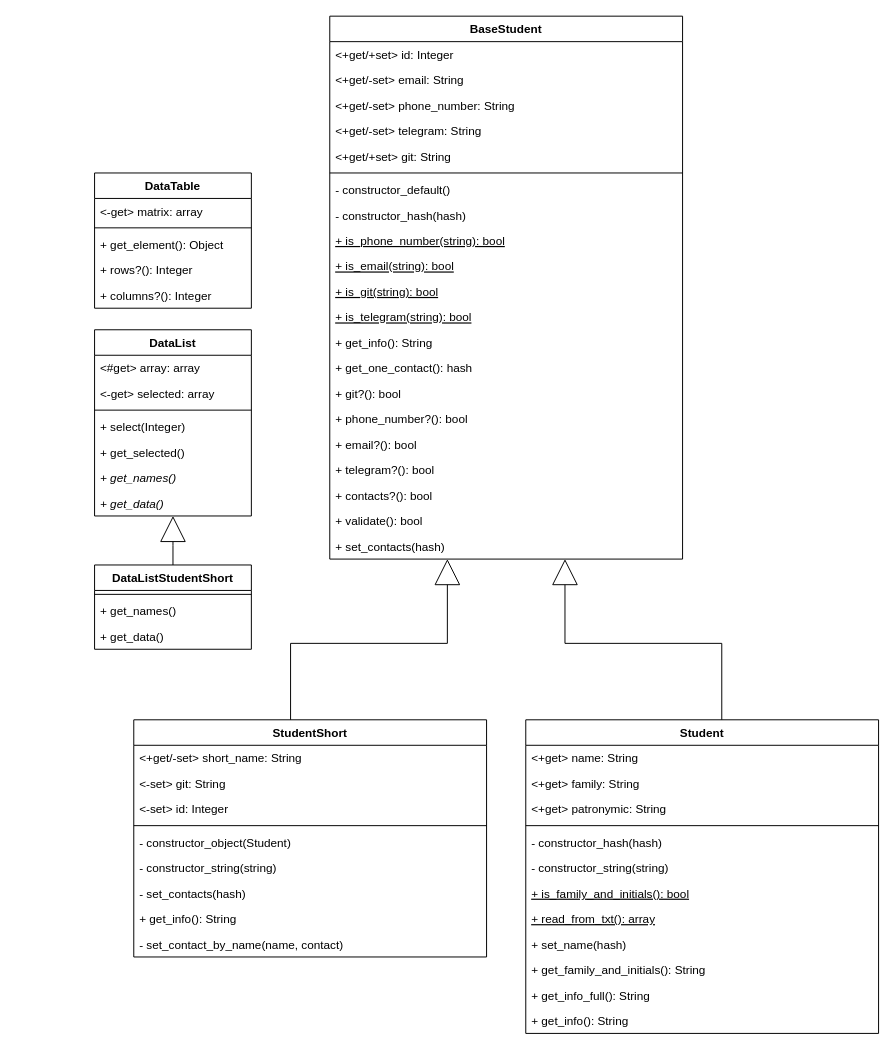
KirSaxhlil/PatternLabs keeps this draw.io diagram as lab2/docs/ClassDiagram.drawio. Above is the earlier version. Source tidied: cells renumbered, new cells numbered last; positions are measured from the earlier drawing's top-left corner, leaving out a move shared by most shapes. Both pictures are drawn from the tidied source at 98%, with x=0, y=0 at pixel (94, 16).
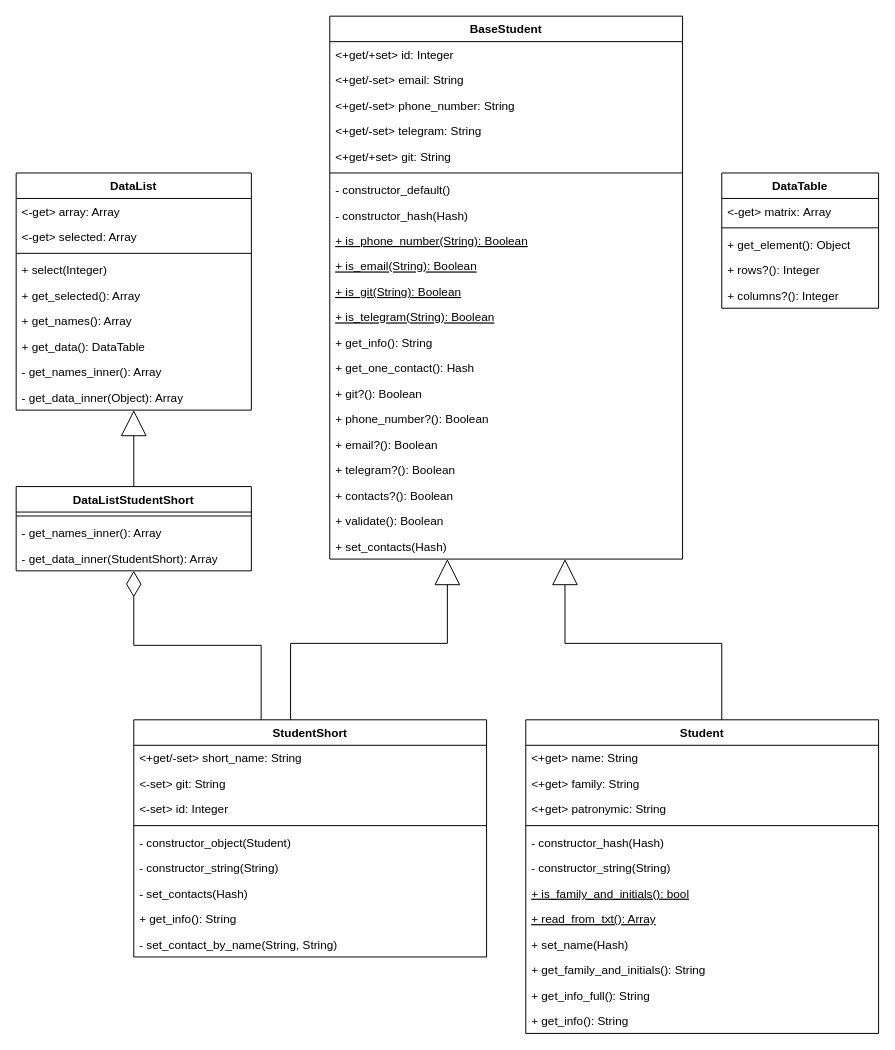
The same diagram, later.

Unchanged cells that the change refers to:
```xml
<mxCell id="2" value="Student" style="swimlane;fontStyle=1;align=center;verticalAlign=top;horizontal=1;startSize=26;fillColor=default;swimlaneFillColor=default;" parent="1" vertex="1">
  <mxGeometry x="440" y="718" width="360" height="320" as="geometry" />
</mxCell>
<mxCell id="15" value="BaseStudent" style="swimlane;fontStyle=1;align=center;verticalAlign=top;horizontal=1;startSize=26;fillColor=default;swimlaneFillColor=default;" parent="1" vertex="1">
  <mxGeometry x="240" width="360" height="554" as="geometry" />
</mxCell>
<mxCell id="38" value="StudentShort" style="swimlane;fontStyle=1;align=center;verticalAlign=top;horizontal=1;startSize=26;fillColor=default;swimlaneFillColor=default;" parent="1" vertex="1">
  <mxGeometry x="40" y="718" width="360" height="242" as="geometry" />
</mxCell>
```

Change to the diagram source:
```diff
@@
-    <mxCell id="7" value="- constructor_hash(hash)" style="text;strokeColor=none;fillColor=none;align=left;verticalAlign=top;spacingLeft=4;spacingRight=4;overflow=hidden;fontStyle=0;" parent="2" vertex="1">
+    <mxCell id="7" value="- constructor_hash(Hash)" style="text;strokeColor=none;fillColor=none;align=left;verticalAlign=top;spacingLeft=4;spacingRight=4;overflow=hidden;fontStyle=0;" parent="2" vertex="1">
       <mxGeometry y="112" width="360" height="26" as="geometry" />
     </mxCell>
-    <mxCell id="8" value="- constructor_string(string)" style="text;strokeColor=none;fillColor=none;align=left;verticalAlign=top;spacingLeft=4;spacingRight=4;overflow=hidden;fontStyle=0;" parent="2" vertex="1">
+    <mxCell id="8" value="- constructor_string(String)" style="text;strokeColor=none;fillColor=none;align=left;verticalAlign=top;spacingLeft=4;spacingRight=4;overflow=hidden;fontStyle=0;" parent="2" vertex="1">
       <mxGeometry y="138" width="360" height="26" as="geometry" />
     </mxCell>
@@
-    <mxCell id="10" value="+ read_from_txt(): array" style="text;strokeColor=none;fillColor=none;align=left;verticalAlign=top;spacingLeft=4;spacingRight=4;overflow=hidden;fontStyle=4;" parent="2" vertex="1">
+    <mxCell id="10" value="+ read_from_txt(): Array" style="text;strokeColor=none;fillColor=none;align=left;verticalAlign=top;spacingLeft=4;spacingRight=4;overflow=hidden;fontStyle=4;" parent="2" vertex="1">
       <mxGeometry y="190" width="360" height="26" as="geometry" />
     </mxCell>
-    <mxCell id="11" value="+ set_name(hash)" style="text;strokeColor=none;fillColor=none;align=left;verticalAlign=top;spacingLeft=4;spacingRight=4;overflow=hidden;fontStyle=0;" parent="2" vertex="1">
+    <mxCell id="11" value="+ set_name(Hash)" style="text;strokeColor=none;fillColor=none;align=left;verticalAlign=top;spacingLeft=4;spacingRight=4;overflow=hidden;fontStyle=0;" parent="2" vertex="1">
       <mxGeometry y="216" width="360" height="26" as="geometry" />
     </mxCell>
@@
-    <mxCell id="23" value="- constructor_hash(hash)" style="text;strokeColor=none;fillColor=none;align=left;verticalAlign=top;spacingLeft=4;spacingRight=4;overflow=hidden;fontStyle=0;" parent="15" vertex="1">
+    <mxCell id="23" value="- constructor_hash(Hash)" style="text;strokeColor=none;fillColor=none;align=left;verticalAlign=top;spacingLeft=4;spacingRight=4;overflow=hidden;fontStyle=0;" parent="15" vertex="1">
       <mxGeometry y="190" width="360" height="26" as="geometry" />
     </mxCell>
-    <mxCell id="24" value="+ is_phone_number(string): bool" style="text;strokeColor=none;fillColor=none;align=left;verticalAlign=top;spacingLeft=4;spacingRight=4;overflow=hidden;fontStyle=4;" parent="15" vertex="1">
+    <mxCell id="24" value="+ is_phone_number(String): Boolean" style="text;strokeColor=none;fillColor=none;align=left;verticalAlign=top;spacingLeft=4;spacingRight=4;overflow=hidden;fontStyle=4;" parent="15" vertex="1">
       <mxGeometry y="216" width="360" height="26" as="geometry" />
     </mxCell>
-    <mxCell id="25" value="+ is_email(string): bool" style="text;strokeColor=none;fillColor=none;align=left;verticalAlign=top;spacingLeft=4;spacingRight=4;overflow=hidden;fontStyle=4;" parent="15" vertex="1">
+    <mxCell id="25" value="+ is_email(String): Boolean" style="text;strokeColor=none;fillColor=none;align=left;verticalAlign=top;spacingLeft=4;spacingRight=4;overflow=hidden;fontStyle=4;" parent="15" vertex="1">
       <mxGeometry y="242" width="360" height="26" as="geometry" />
     </mxCell>
-    <mxCell id="26" value="+ is_git(string): bool" style="text;strokeColor=none;fillColor=none;align=left;verticalAlign=top;spacingLeft=4;spacingRight=4;overflow=hidden;fontStyle=4;" parent="15" vertex="1">
+    <mxCell id="26" value="+ is_git(String): Boolean" style="text;strokeColor=none;fillColor=none;align=left;verticalAlign=top;spacingLeft=4;spacingRight=4;overflow=hidden;fontStyle=4;" parent="15" vertex="1">
       <mxGeometry y="268" width="360" height="26" as="geometry" />
     </mxCell>
-    <mxCell id="27" value="+ is_telegram(string): bool" style="text;strokeColor=none;fillColor=none;align=left;verticalAlign=top;spacingLeft=4;spacingRight=4;overflow=hidden;fontStyle=4;" parent="15" vertex="1">
+    <mxCell id="27" value="+ is_telegram(String): Boolean" style="text;strokeColor=none;fillColor=none;align=left;verticalAlign=top;spacingLeft=4;spacingRight=4;overflow=hidden;fontStyle=4;" parent="15" vertex="1">
       <mxGeometry y="294" width="360" height="26" as="geometry" />
     </mxCell>
@@
-    <mxCell id="29" value="+ get_one_contact(): hash" style="text;strokeColor=none;fillColor=none;align=left;verticalAlign=top;spacingLeft=4;spacingRight=4;overflow=hidden;" parent="15" vertex="1">
+    <mxCell id="29" value="+ get_one_contact(): Hash" style="text;strokeColor=none;fillColor=none;align=left;verticalAlign=top;spacingLeft=4;spacingRight=4;overflow=hidden;" parent="15" vertex="1">
       <mxGeometry y="346" width="360" height="26" as="geometry" />
     </mxCell>
-    <mxCell id="30" value="+ git?(): bool" style="text;strokeColor=none;fillColor=none;align=left;verticalAlign=top;spacingLeft=4;spacingRight=4;overflow=hidden;fontStyle=0;" parent="15" vertex="1">
+    <mxCell id="30" value="+ git?(): Boolean" style="text;strokeColor=none;fillColor=none;align=left;verticalAlign=top;spacingLeft=4;spacingRight=4;overflow=hidden;fontStyle=0;" parent="15" vertex="1">
       <mxGeometry y="372" width="360" height="26" as="geometry" />
     </mxCell>
-    <mxCell id="31" value="+ phone_number?(): bool" style="text;strokeColor=none;fillColor=none;align=left;verticalAlign=top;spacingLeft=4;spacingRight=4;overflow=hidden;fontStyle=0;" parent="15" vertex="1">
+    <mxCell id="31" value="+ phone_number?(): Boolean" style="text;strokeColor=none;fillColor=none;align=left;verticalAlign=top;spacingLeft=4;spacingRight=4;overflow=hidden;fontStyle=0;" parent="15" vertex="1">
       <mxGeometry y="398" width="360" height="26" as="geometry" />
     </mxCell>
-    <mxCell id="32" value="+ email?(): bool" style="text;strokeColor=none;fillColor=none;align=left;verticalAlign=top;spacingLeft=4;spacingRight=4;overflow=hidden;fontStyle=0;" parent="15" vertex="1">
+    <mxCell id="32" value="+ email?(): Boolean" style="text;strokeColor=none;fillColor=none;align=left;verticalAlign=top;spacingLeft=4;spacingRight=4;overflow=hidden;fontStyle=0;" parent="15" vertex="1">
       <mxGeometry y="424" width="360" height="26" as="geometry" />
     </mxCell>
-    <mxCell id="33" value="+ telegram?(): bool" style="text;strokeColor=none;fillColor=none;align=left;verticalAlign=top;spacingLeft=4;spacingRight=4;overflow=hidden;fontStyle=0;" parent="15" vertex="1">
+    <mxCell id="33" value="+ telegram?(): Boolean" style="text;strokeColor=none;fillColor=none;align=left;verticalAlign=top;spacingLeft=4;spacingRight=4;overflow=hidden;fontStyle=0;" parent="15" vertex="1">
       <mxGeometry y="450" width="360" height="26" as="geometry" />
     </mxCell>
-    <mxCell id="34" value="+ contacts?(): bool" style="text;strokeColor=none;fillColor=none;align=left;verticalAlign=top;spacingLeft=4;spacingRight=4;overflow=hidden;fontStyle=0;" parent="15" vertex="1">
+    <mxCell id="34" value="+ contacts?(): Boolean" style="text;strokeColor=none;fillColor=none;align=left;verticalAlign=top;spacingLeft=4;spacingRight=4;overflow=hidden;fontStyle=0;" parent="15" vertex="1">
       <mxGeometry y="476" width="360" height="26" as="geometry" />
     </mxCell>
-    <mxCell id="35" value="+ validate(): bool" style="text;strokeColor=none;fillColor=none;align=left;verticalAlign=top;spacingLeft=4;spacingRight=4;overflow=hidden;fontStyle=0;" parent="15" vertex="1">
+    <mxCell id="35" value="+ validate(): Boolean" style="text;strokeColor=none;fillColor=none;align=left;verticalAlign=top;spacingLeft=4;spacingRight=4;overflow=hidden;fontStyle=0;" parent="15" vertex="1">
       <mxGeometry y="502" width="360" height="26" as="geometry" />
     </mxCell>
-    <mxCell id="36" value="+ set_contacts(hash)" style="text;strokeColor=none;fillColor=none;align=left;verticalAlign=top;spacingLeft=4;spacingRight=4;overflow=hidden;fontStyle=0;" parent="15" vertex="1">
+    <mxCell id="36" value="+ set_contacts(Hash)" style="text;strokeColor=none;fillColor=none;align=left;verticalAlign=top;spacingLeft=4;spacingRight=4;overflow=hidden;fontStyle=0;" parent="15" vertex="1">
       <mxGeometry y="528" width="360" height="26" as="geometry" />
     </mxCell>
@@
-    <mxCell id="44" value="- constructor_string(string)" style="text;strokeColor=none;fillColor=none;align=left;verticalAlign=top;spacingLeft=4;spacingRight=4;overflow=hidden;fontStyle=0;" parent="38" vertex="1">
+    <mxCell id="44" value="- constructor_string(String)" style="text;strokeColor=none;fillColor=none;align=left;verticalAlign=top;spacingLeft=4;spacingRight=4;overflow=hidden;fontStyle=0;" parent="38" vertex="1">
       <mxGeometry y="138" width="360" height="26" as="geometry" />
     </mxCell>
-    <mxCell id="45" value="- set_contacts(hash)" style="text;strokeColor=none;fillColor=none;align=left;verticalAlign=top;spacingLeft=4;spacingRight=4;overflow=hidden;fontStyle=0;" parent="38" vertex="1">
+    <mxCell id="45" value="- set_contacts(Hash)" style="text;strokeColor=none;fillColor=none;align=left;verticalAlign=top;spacingLeft=4;spacingRight=4;overflow=hidden;fontStyle=0;" parent="38" vertex="1">
       <mxGeometry y="164" width="360" height="26" as="geometry" />
     </mxCell>
@@
-    <mxCell id="47" value="- set_contact_by_name(name, contact)" style="text;strokeColor=none;fillColor=none;align=left;verticalAlign=top;spacingLeft=4;spacingRight=4;overflow=hidden;fontStyle=0;" parent="38" vertex="1">
+    <mxCell id="47" value="- set_contact_by_name(String, String)" style="text;strokeColor=none;fillColor=none;align=left;verticalAlign=top;spacingLeft=4;spacingRight=4;overflow=hidden;fontStyle=0;" parent="38" vertex="1">
       <mxGeometry y="216" width="360" height="26" as="geometry" />
     </mxCell>
@@
     <mxCell id="49" value="DataTable" style="swimlane;fontStyle=1;align=center;verticalAlign=top;horizontal=1;startSize=26;swimlaneFillColor=default;" parent="1" vertex="1">
-      <mxGeometry y="160" width="160" height="138" as="geometry" />
+      <mxGeometry x="640" y="160" width="160" height="138" as="geometry" />
     </mxCell>
-    <mxCell id="50" value="&lt;-get&gt; matrix: array" style="text;strokeColor=none;fillColor=none;align=left;verticalAlign=top;spacingLeft=4;spacingRight=4;overflow=hidden;" parent="49" vertex="1">
+    <mxCell id="50" value="&lt;-get&gt; matrix: Array" style="text;strokeColor=none;fillColor=none;align=left;verticalAlign=top;spacingLeft=4;spacingRight=4;overflow=hidden;" parent="49" vertex="1">
       <mxGeometry y="26" width="160" height="26" as="geometry" />
     </mxCell>
@@
     <mxCell id="55" value="DataList" style="swimlane;fontStyle=1;align=center;verticalAlign=top;horizontal=1;startSize=26;swimlaneFillColor=default;" parent="1" vertex="1">
-      <mxGeometry y="320" width="160" height="190" as="geometry" />
+      <mxGeometry x="-80" y="160" width="240" height="242" as="geometry" />
     </mxCell>
-    <mxCell id="56" value="&lt;#get&gt; array: array" style="text;strokeColor=none;fillColor=none;align=left;verticalAlign=top;spacingLeft=4;spacingRight=4;overflow=hidden;" parent="55" vertex="1">
-      <mxGeometry y="26" width="160" height="26" as="geometry" />
+    <mxCell id="56" value="&lt;-get&gt; array: Array" style="text;strokeColor=none;fillColor=none;align=left;verticalAlign=top;spacingLeft=4;spacingRight=4;overflow=hidden;" parent="55" vertex="1">
+      <mxGeometry y="26" width="240" height="26" as="geometry" />
     </mxCell>
-    <mxCell id="57" value="&lt;-get&gt; selected: array" style="text;strokeColor=none;fillColor=none;align=left;verticalAlign=top;spacingLeft=4;spacingRight=4;overflow=hidden;" parent="55" vertex="1">
-      <mxGeometry y="52" width="160" height="26" as="geometry" />
+    <mxCell id="57" value="&lt;-get&gt; selected: Array" style="text;strokeColor=none;fillColor=none;align=left;verticalAlign=top;spacingLeft=4;spacingRight=4;overflow=hidden;" parent="55" vertex="1">
+      <mxGeometry y="52" width="240" height="26" as="geometry" />
     </mxCell>
     <mxCell id="58" style="line;strokeWidth=1;fillColor=none;align=left;verticalAlign=middle;spacingTop=-1;spacingLeft=3;spacingRight=3;labelPosition=right;strokeColor=inherit;" parent="55" vertex="1">
-      <mxGeometry y="78" width="160" height="8" as="geometry" />
+      <mxGeometry y="78" width="240" height="8" as="geometry" />
     </mxCell>
     <mxCell id="59" value="+ select(Integer)" style="text;strokeColor=none;fillColor=none;align=left;verticalAlign=top;spacingLeft=4;spacingRight=4;overflow=hidden;" parent="55" vertex="1">
-      <mxGeometry y="86" width="160" height="26" as="geometry" />
+      <mxGeometry y="86" width="240" height="26" as="geometry" />
     </mxCell>
-    <mxCell id="60" value="+ get_selected()" style="text;strokeColor=none;fillColor=none;align=left;verticalAlign=top;spacingLeft=4;spacingRight=4;overflow=hidden;" parent="55" vertex="1">
-      <mxGeometry y="112" width="160" height="26" as="geometry" />
+    <mxCell id="60" value="+ get_selected(): Array" style="text;strokeColor=none;fillColor=none;align=left;verticalAlign=top;spacingLeft=4;spacingRight=4;overflow=hidden;" parent="55" vertex="1">
+      <mxGeometry y="112" width="240" height="26" as="geometry" />
     </mxCell>
-    <mxCell id="61" value="+ get_names()" style="text;strokeColor=none;fillColor=none;align=left;verticalAlign=top;spacingLeft=4;spacingRight=4;overflow=hidden;fontStyle=2;" parent="55" vertex="1">
-      <mxGeometry y="138" width="160" height="26" as="geometry" />
+    <mxCell id="61" value="+ get_names(): Array" style="text;strokeColor=none;fillColor=none;align=left;verticalAlign=top;spacingLeft=4;spacingRight=4;overflow=hidden;fontStyle=0;" parent="55" vertex="1">
+      <mxGeometry y="138" width="240" height="26" as="geometry" />
     </mxCell>
-    <mxCell id="62" value="+ get_data()" style="text;strokeColor=none;fillColor=none;align=left;verticalAlign=top;spacingLeft=4;spacingRight=4;overflow=hidden;fontStyle=2;" parent="55" vertex="1">
-      <mxGeometry y="164" width="160" height="26" as="geometry" />
+    <mxCell id="62" value="+ get_data(): DataTable" style="text;strokeColor=none;fillColor=none;align=left;verticalAlign=top;spacingLeft=4;spacingRight=4;overflow=hidden;fontStyle=0;" parent="55" vertex="1">
+      <mxGeometry y="164" width="240" height="26" as="geometry" />
     </mxCell>
+    <mxCell id="68" value="- get_names_inner(): Array" style="text;strokeColor=none;fillColor=none;align=left;verticalAlign=top;spacingLeft=4;spacingRight=4;overflow=hidden;fontStyle=0;" parent="55" vertex="1">
+      <mxGeometry y="190" width="240" height="26" as="geometry" />
+    </mxCell>
+    <mxCell id="69" value="- get_data_inner(Object): Array" style="text;strokeColor=none;fillColor=none;align=left;verticalAlign=top;spacingLeft=4;spacingRight=4;overflow=hidden;fontStyle=0;" parent="55" vertex="1">
+      <mxGeometry y="216" width="240" height="26" as="geometry" />
+    </mxCell>
     <mxCell id="63" value="DataListStudentShort" style="swimlane;fontStyle=1;align=center;verticalAlign=top;horizontal=1;startSize=26;swimlaneFillColor=default;" parent="1" vertex="1">
-      <mxGeometry y="560" width="160" height="86" as="geometry" />
+      <mxGeometry x="-80" y="480" width="240" height="86" as="geometry" />
     </mxCell>
     <mxCell id="64" style="line;strokeWidth=1;fillColor=none;align=left;verticalAlign=middle;spacingTop=-1;spacingLeft=3;spacingRight=3;labelPosition=right;strokeColor=inherit;" parent="63" vertex="1">
-      <mxGeometry y="26" width="160" height="8" as="geometry" />
+      <mxGeometry y="26" width="240" height="8" as="geometry" />
     </mxCell>
-    <mxCell id="65" value="+ get_names()" style="text;strokeColor=none;fillColor=none;align=left;verticalAlign=top;spacingLeft=4;spacingRight=4;overflow=hidden;fontStyle=0;" parent="63" vertex="1">
-      <mxGeometry y="34" width="160" height="26" as="geometry" />
+    <mxCell id="65" value="- get_names_inner(): Array" style="text;strokeColor=none;fillColor=none;align=left;verticalAlign=top;spacingLeft=4;spacingRight=4;overflow=hidden;fontStyle=0;" parent="63" vertex="1">
+      <mxGeometry y="34" width="240" height="26" as="geometry" />
     </mxCell>
-    <mxCell id="66" value="+ get_data()" style="text;strokeColor=none;fillColor=none;align=left;verticalAlign=top;spacingLeft=4;spacingRight=4;overflow=hidden;fontStyle=0;" parent="63" vertex="1">
-      <mxGeometry y="60" width="160" height="26" as="geometry" />
+    <mxCell id="66" value="- get_data_inner(StudentShort): Array" style="text;strokeColor=none;fillColor=none;align=left;verticalAlign=top;spacingLeft=4;spacingRight=4;overflow=hidden;fontStyle=0;" parent="63" vertex="1">
+      <mxGeometry y="60" width="240" height="26" as="geometry" />
     </mxCell>
     <mxCell id="67" style="endArrow=block;html=1;rounded=0;endFill=0;jumpSize=6;endSize=24;edgeStyle=orthogonalEdgeStyle;" parent="1" edge="1" source="63" target="55">
       <mxGeometry relative="1" as="geometry">
         <Array as="points">
-          <mxPoint x="80" y="540" />
-          <mxPoint x="80" y="540" />
+          <mxPoint x="60" y="480" />
+          <mxPoint x="60" y="480" />
         </Array>
       </mxGeometry>
     </mxCell>
+    <mxCell id="70" style="endArrow=diamondThin;html=1;rounded=0;endSize=24;jumpSize=6;edgeStyle=orthogonalEdgeStyle;endFill=0;" parent="1" edge="1" source="38" target="63">
+      <mxGeometry relative="1" as="geometry">
+        <Array as="points">
+          <mxPoint x="170" y="642" />
+          <mxPoint x="40" y="642" />
+        </Array>
+      </mxGeometry>
+    </mxCell>
```
